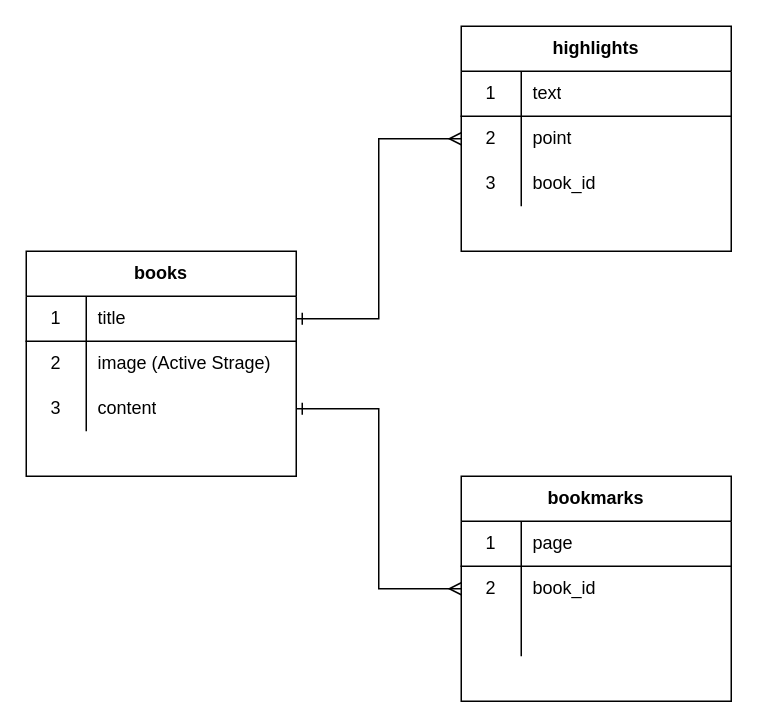
The draw.io diagram database.dio in hiro-mu/book_smart, before the edit. Source tidied: cells renumbered, new cells numbered last; positions are measured from the earlier drawing's top-left corner, leaving out a move shared by most shapes. Both pictures are drawn from the tidied source at 150%, with x=0, y=0 at pixel (26, 26).
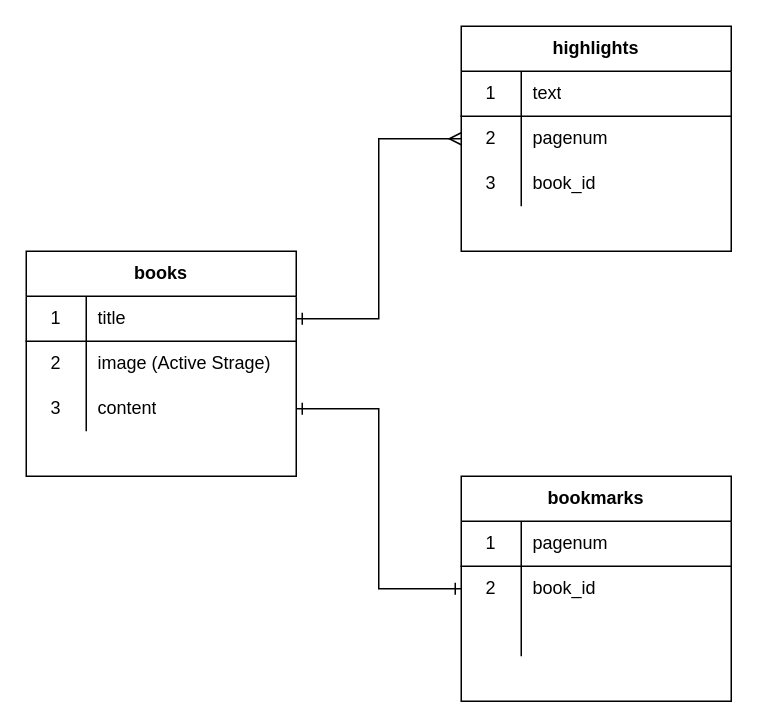
The same page after the edit.

Unchanged cells that the change refers to:
```xml
<mxCell id="9" style="shape=partialRectangle;html=1;whiteSpace=wrap;fillColor=none;top=0;left=0;bottom=0;right=0;points=[[0,0.5],[1,0.5]];portConstraint=eastwest;" parent="2" vertex="1">
  <mxGeometry y="90" width="180" height="30" as="geometry" />
</mxCell>
<mxCell id="16" style="shape=partialRectangle;html=1;whiteSpace=wrap;fillColor=none;top=0;left=0;bottom=0;right=0;points=[[0,0.5],[1,0.5]];portConstraint=eastwest;" parent="12" vertex="1">
  <mxGeometry y="60" width="180" height="30" as="geometry" />
</mxCell>
<mxCell id="23" style="shape=partialRectangle;html=1;whiteSpace=wrap;fillColor=none;top=0;left=0;bottom=1;right=0;" parent="22" vertex="1">
  <mxGeometry y="30" width="180" height="30" as="geometry" />
</mxCell>
<mxCell id="26" style="shape=partialRectangle;html=1;whiteSpace=wrap;fillColor=none;top=0;left=0;bottom=0;right=0;points=[[0,0.5],[1,0.5]];portConstraint=eastwest;" parent="22" vertex="1">
  <mxGeometry y="60" width="180" height="30" as="geometry" />
</mxCell>
```

What changed in the source:
```diff
@@
-    <mxCell id="18" value="point" style="shape=partialRectangle;html=1;whiteSpace=wrap;fillColor=none;top=0;left=0;bottom=0;right=0;align=left;spacingLeft=6;overflow=hidden;" parent="16" vertex="1">
+    <mxCell id="18" value="pagenum" style="shape=partialRectangle;html=1;whiteSpace=wrap;fillColor=none;top=0;left=0;bottom=0;right=0;align=left;spacingLeft=6;overflow=hidden;" parent="16" vertex="1">
       <mxGeometry x="40" width="140" height="30" as="geometry" />
     </mxCell>
@@
-    <mxCell id="25" value="page" style="shape=partialRectangle;html=1;whiteSpace=wrap;fillColor=none;top=0;left=0;bottom=0;right=0;align=left;spacingLeft=6;overflow=hidden;" parent="23" vertex="1">
+    <mxCell id="25" value="pagenum" style="shape=partialRectangle;html=1;whiteSpace=wrap;fillColor=none;top=0;left=0;bottom=0;right=0;align=left;spacingLeft=6;overflow=hidden;" parent="23" vertex="1">
       <mxGeometry x="40" width="140" height="30" as="geometry" />
     </mxCell>
@@
-    <mxCell id="32" style="edgeStyle=orthogonalEdgeStyle;rounded=0;jettySize=auto;html=1;exitX=1;exitY=0.5;exitDx=0;exitDy=0;endArrow=ERmany;endFill=0;startArrow=ERone;startFill=0;" parent="1" edge="1" source="9" target="26">
+    <mxCell id="32" style="edgeStyle=orthogonalEdgeStyle;rounded=0;jettySize=auto;html=1;exitX=1;exitY=0.5;exitDx=0;exitDy=0;endArrow=ERone;endFill=0;startArrow=ERone;startFill=0;" parent="1" edge="1" source="9" target="26">
       <mxGeometry relative="1" as="geometry" />
     </mxCell>
```
